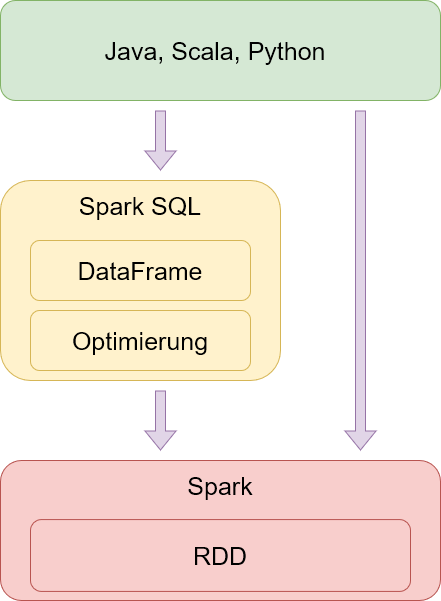
Before: assets/spark_dataset.png, a diagram exported from draw.io (ChristianKitte/SparkProjekt). Source tidied: cells renumbered, new cells last; positions are measured from the earlier drawing's top-left corner, leaving out a move shared by most shapes.
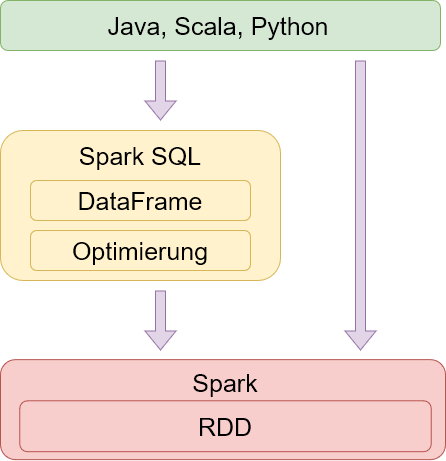
Later version of the same file.

What changed in the source:
```diff
@@ -2,74 +2,68 @@
   <root>
     <mxCell id="0" />
     <mxCell id="1" parent="0" />
-    <mxCell id="2" style="group;strokeWidth=0;" parent="1" vertex="1">
-      <mxGeometry y="460" width="440" height="140" as="geometry" />
-    </mxCell>
-    <mxCell id="3" style="rounded=1;whiteSpace=wrap;html=1;fillColor=#f8cecc;strokeColor=#b85450;" parent="2" vertex="1">
-      <mxGeometry width="440" height="140" as="geometry" />
-    </mxCell>
-    <mxCell id="4" value="Spark" style="text;html=1;strokeColor=none;fillColor=none;align=center;verticalAlign=middle;whiteSpace=wrap;rounded=0;fontSize=25;" parent="2" vertex="1">
-      <mxGeometry x="155" y="10" width="130" height="30" as="geometry" />
-    </mxCell>
-    <mxCell id="5" style="group;fillColor=#f8cecc;strokeColor=none;strokeWidth=0;" parent="2" vertex="1">
-      <mxGeometry x="25" y="60" width="390" height="70" as="geometry" />
-    </mxCell>
-    <mxCell id="6" style="rounded=1;whiteSpace=wrap;html=1;rotation=90;fillColor=#f8cecc;strokeColor=#b85450;" parent="5" vertex="1">
-      <mxGeometry x="159.1" y="-155" width="71.8" height="380" as="geometry" />
-    </mxCell>
-    <mxCell id="7" value="RDD" style="text;html=1;strokeColor=none;fillColor=none;align=center;verticalAlign=middle;whiteSpace=wrap;rounded=0;fontSize=25;" parent="5" vertex="1">
-      <mxGeometry x="164.2" y="20" width="61.6" height="30" as="geometry" />
-    </mxCell>
     <mxCell id="8" style="rounded=1;whiteSpace=wrap;html=1;fillColor=#d5e8d4;strokeColor=#82b366;" parent="1" vertex="1">
-      <mxGeometry width="440" height="100" as="geometry" />
+      <mxGeometry y="100" width="440" height="50" as="geometry" />
     </mxCell>
     <mxCell id="9" value="Java, Scala, Python" style="text;html=1;strokeColor=none;fillColor=none;align=center;verticalAlign=middle;whiteSpace=wrap;rounded=0;fontSize=25;" parent="1" vertex="1">
-      <mxGeometry x="30" y="41.4" width="370" height="17.1" as="geometry" />
+      <mxGeometry x="32.5" y="116.4" width="370" height="17.1" as="geometry" />
     </mxCell>
     <mxCell id="10" style="shape=flexArrow;endArrow=classic;html=1;rounded=0;fillColor=#e1d5e7;strokeColor=#9673a6;" parent="1" edge="1">
       <mxGeometry relative="1" as="geometry">
-        <mxPoint x="160" y="110" as="sourcePoint" />
-        <mxPoint x="160" y="170" as="targetPoint" />
+        <mxPoint x="160" y="160" as="sourcePoint" />
+        <mxPoint x="160" y="220" as="targetPoint" />
       </mxGeometry>
     </mxCell>
-    <mxCell id="11" style="group;" parent="1" vertex="1">
-      <mxGeometry y="180" width="280" height="200" as="geometry" />
-    </mxCell>
+    <mxCell id="20" style="shape=flexArrow;endArrow=classic;html=1;rounded=0;fillColor=#e1d5e7;strokeColor=#9673a6;" parent="1" edge="1">
+      <mxGeometry relative="1" as="geometry">
+        <mxPoint x="360" y="160" as="sourcePoint" />
+        <mxPoint x="360" y="450" as="targetPoint" />
+      </mxGeometry>
+    </mxCell>
+    <mxCell id="21" style="shape=flexArrow;endArrow=classic;html=1;rounded=0;fillColor=#e1d5e7;strokeColor=#9673a6;" parent="1" edge="1">
+      <mxGeometry relative="1" as="geometry">
+        <mxPoint x="160" y="390" as="sourcePoint" />
+        <mxPoint x="160" y="450" as="targetPoint" />
+      </mxGeometry>
+    </mxCell>
+    <mxCell id="3" style="rounded=1;whiteSpace=wrap;html=1;fillColor=#f8cecc;strokeColor=#b85450;" parent="1" vertex="1">
+      <mxGeometry y="459.1" width="445" height="100" as="geometry" />
+    </mxCell>
+    <mxCell id="4" value="Spark" style="text;html=1;strokeColor=none;fillColor=none;align=center;verticalAlign=middle;whiteSpace=wrap;rounded=0;fontSize=25;" parent="1" vertex="1">
+      <mxGeometry x="160" y="468.4" width="130" height="27.9" as="geometry" />
+    </mxCell>
+    <mxCell id="22" style="group;" parent="1" vertex="1">
+      <mxGeometry x="19.3" y="500.3" width="411.5" height="50.9" as="geometry" />
+    </mxCell>
+    <mxCell id="6" style="rounded=1;whiteSpace=wrap;html=1;rotation=90;fillColor=#f8cecc;strokeColor=#b85450;" parent="22" vertex="1">
+      <mxGeometry x="180.3" y="-180.3" width="50.9" height="411.5" as="geometry" />
+    </mxCell>
+    <mxCell id="7" value="RDD" style="text;html=1;strokeColor=none;fillColor=none;align=center;verticalAlign=middle;whiteSpace=wrap;rounded=0;fontSize=25;" parent="22" vertex="1">
+      <mxGeometry x="174.9" y="11.5" width="61.6" height="27.9" as="geometry" />
+    </mxCell>
-    <mxCell id="12" style="rounded=1;whiteSpace=wrap;html=1;fillColor=#fff2cc;strokeColor=#d6b656;" parent="11" vertex="1">
-      <mxGeometry width="280" height="200" as="geometry" />
+    <mxCell id="12" style="rounded=1;whiteSpace=wrap;html=1;fillColor=#fff2cc;strokeColor=#d6b656;" parent="1" vertex="1">
+      <mxGeometry y="230" width="280" height="150" as="geometry" />
     </mxCell>
-    <mxCell id="13" value="Spark SQL" style="text;html=1;strokeColor=none;fillColor=none;align=center;verticalAlign=middle;whiteSpace=wrap;rounded=0;fontSize=25;" parent="11" vertex="1">
-      <mxGeometry x="75" y="10" width="130" height="30" as="geometry" />
+    <mxCell id="13" value="Spark SQL" style="text;html=1;strokeColor=none;fillColor=none;align=center;verticalAlign=middle;whiteSpace=wrap;rounded=0;fontSize=25;" parent="1" vertex="1">
+      <mxGeometry x="75" y="240" width="130" height="30" as="geometry" />
     </mxCell>
-    <mxCell id="14" style="group;" parent="11" vertex="1">
-      <mxGeometry x="30" y="130" width="220" height="60" as="geometry" />
-    </mxCell>
-    <mxCell id="15" style="rounded=1;whiteSpace=wrap;html=1;strokeWidth=1;fillColor=#fff2cc;strokeColor=#d6b656;" parent="14" vertex="1">
-      <mxGeometry width="220" height="60" as="geometry" />
-    </mxCell>
+    <mxCell id="23" style="group;" parent="1" vertex="1">
+      <mxGeometry x="30" y="280" width="220" height="40" as="geometry" />
+    </mxCell>
+    <mxCell id="24" style="rounded=1;whiteSpace=wrap;html=1;fillColor=#fff2cc;strokeColor=#d6b656;" parent="23" vertex="1">
+      <mxGeometry width="220" height="40" as="geometry" />
+    </mxCell>
+    <mxCell id="19" value="&lt;div&gt;DataFrame&lt;/div&gt;" style="text;html=1;strokeColor=none;fillColor=none;align=center;verticalAlign=middle;whiteSpace=wrap;rounded=0;fontSize=25;" parent="23" vertex="1">
+      <mxGeometry x="45" y="5" width="130" height="30" as="geometry" />
+    </mxCell>
+    <mxCell id="25" style="group;" parent="1" vertex="1">
+      <mxGeometry x="30" y="330" width="220" height="40" as="geometry" />
+    </mxCell>
+    <mxCell id="26" style="rounded=1;whiteSpace=wrap;html=1;fillColor=#fff2cc;strokeColor=#d6b656;" parent="25" vertex="1">
+      <mxGeometry width="220" height="40" as="geometry" />
+    </mxCell>
-    <mxCell id="16" value="Optimierung" style="text;html=1;strokeColor=none;fillColor=none;align=center;verticalAlign=middle;whiteSpace=wrap;rounded=0;fontSize=25;" parent="14" vertex="1">
-      <mxGeometry y="15" width="220" height="30" as="geometry" />
+    <mxCell id="16" value="Optimierung" style="text;html=1;strokeColor=none;fillColor=none;align=center;verticalAlign=middle;whiteSpace=wrap;rounded=0;fontSize=25;" parent="25" vertex="1">
+      <mxGeometry x="35" y="5" width="150" height="30" as="geometry" />
     </mxCell>
-    <mxCell id="17" style="group;" parent="11" vertex="1">
-      <mxGeometry x="30" y="60" width="220" height="60" as="geometry" />
-    </mxCell>
-    <mxCell id="18" style="rounded=1;whiteSpace=wrap;html=1;strokeWidth=1;fillColor=#fff2cc;strokeColor=#d6b656;" parent="17" vertex="1">
-      <mxGeometry width="220" height="60" as="geometry" />
-    </mxCell>
-    <mxCell id="19" value="&lt;div&gt;DataFrame&lt;/div&gt;" style="text;html=1;strokeColor=none;fillColor=none;align=center;verticalAlign=middle;whiteSpace=wrap;rounded=0;fontSize=25;" parent="17" vertex="1">
-      <mxGeometry y="15" width="220" height="30" as="geometry" />
-    </mxCell>
-    <mxCell id="20" style="shape=flexArrow;endArrow=classic;html=1;rounded=0;fillColor=#e1d5e7;strokeColor=#9673a6;" parent="1" edge="1">
-      <mxGeometry relative="1" as="geometry">
-        <mxPoint x="360" y="110" as="sourcePoint" />
-        <mxPoint x="360" y="450" as="targetPoint" />
-      </mxGeometry>
-    </mxCell>
-    <mxCell id="21" style="shape=flexArrow;endArrow=classic;html=1;rounded=0;fillColor=#e1d5e7;strokeColor=#9673a6;" parent="1" edge="1">
-      <mxGeometry relative="1" as="geometry">
-        <mxPoint x="160" y="390" as="sourcePoint" />
-        <mxPoint x="160" y="450" as="targetPoint" />
-      </mxGeometry>
-    </mxCell>
   </root>
 </mxGraphModel>
```
